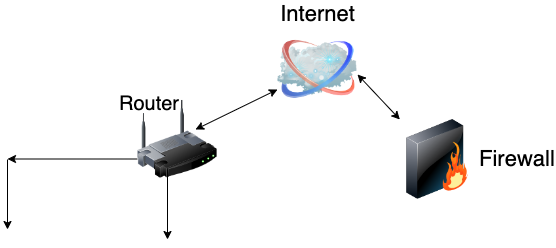
Before: DiagramGraph/NACDiagram.drawio.png, a diagram exported from draw.io (ronaldos21/AccessControlDiagramHW). Source tidied: cells renumbered, new cells last; positions are measured from the earlier drawing's top-left corner, leaving out a move shared by most shapes.
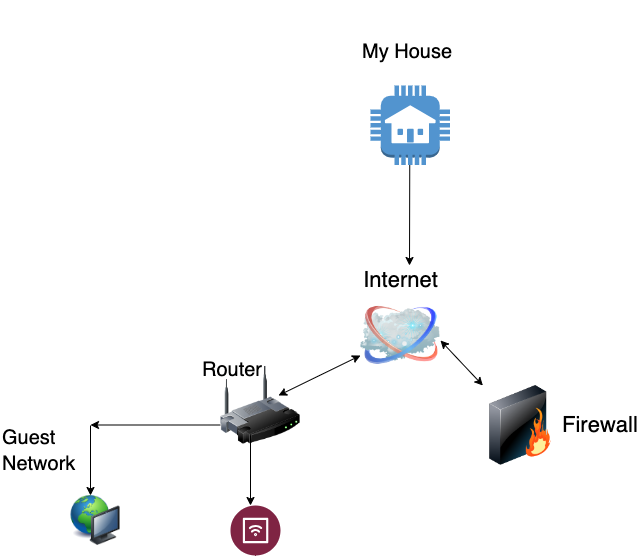
After the change.

What changed in the source:
```diff
@@ -45,5 +45,26 @@
         <mxPoint x="160" y="210" as="targetPoint" />
       </mxGeometry>
     </mxCell>
+    <mxCell id="12" style="dashed=0;verticalLabelPosition=bottom;verticalAlign=top;align=center;html=1;shape=mxgraph.aws3.house;fillColor=#5294CF;gradientColor=none;" parent="1" vertex="1">
+      <mxGeometry x="280" y="-210" width="79.5" height="79.5" as="geometry" />
+    </mxCell>
+    <mxCell id="13" style="endArrow=classic;html=1;rounded=0;" parent="1" edge="1">
+      <mxGeometry relative="1" as="geometry">
+        <mxPoint x="319.2" y="-130.5" as="sourcePoint" />
+        <mxPoint x="319" y="-30" as="targetPoint" />
+      </mxGeometry>
+    </mxCell>
+    <mxCell id="14" value="&lt;h1 style=&quot;&quot;&gt;&lt;span style=&quot;font-size: 20px; font-weight: 400;&quot;&gt;My House&lt;/span&gt;&lt;/h1&gt;" style="text;html=1;strokeColor=none;fillColor=none;align=left;verticalAlign=middle;whiteSpace=wrap;rounded=0;fontFamily=Helvetica;fontSize=18;" parent="1" vertex="1">
+      <mxGeometry x="269.5" y="-270" width="100.5" height="40" as="geometry" />
+    </mxCell>
+    <mxCell id="15" style="image;html=1;image=img/lib/clip_art/computers/Network_128x128.png;" parent="1" vertex="1">
+      <mxGeometry x="-30" y="200" width="70" height="50" as="geometry" />
+    </mxCell>
+    <mxCell id="16" value="&lt;h3 style=&quot;&quot;&gt;&lt;span style=&quot;font-size: 20px; font-weight: 400;&quot;&gt;Guest Network&lt;/span&gt;&lt;/h3&gt;" style="text;html=1;strokeColor=none;fillColor=none;align=left;verticalAlign=middle;whiteSpace=wrap;rounded=0;fontFamily=Helvetica;fontSize=18;" parent="1" vertex="1">
+      <mxGeometry x="-90" y="130" width="80" height="50" as="geometry" />
+    </mxCell>
+    <mxCell id="17" style="verticalLabelPosition=bottom;html=1;shape=mxgraph.salesforce.iot2;" parent="1" vertex="1">
+      <mxGeometry x="140" y="210" width="50" height="50" as="geometry" />
+    </mxCell>
   </root>
 </mxGraphModel>
```
